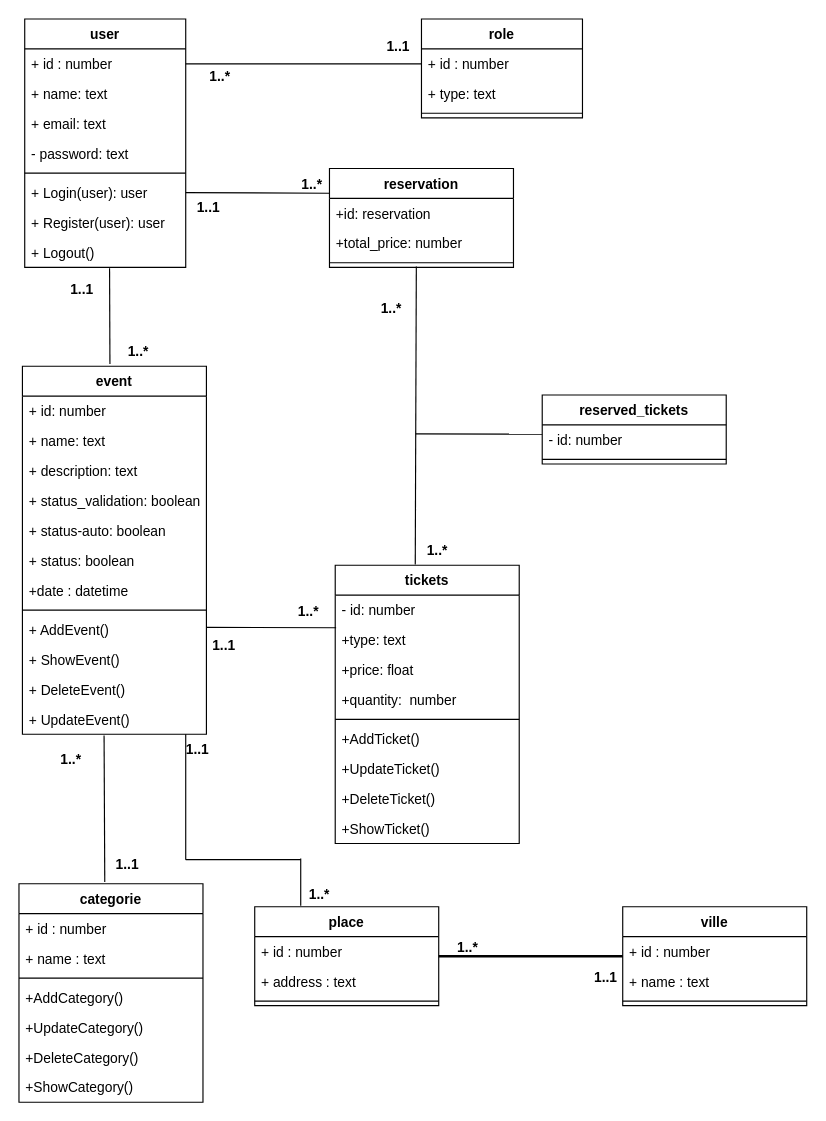
SalBouhamidi/Evento keeps this draw.io diagram as page "Class Diagram" (1 of 2) of Evento/uml/classdiagram.drawio. Above is the earlier version. Source tidied: cells renumbered, new cells numbered last; positions are measured from the earlier drawing's top-left corner, leaving out a move shared by most shapes. Both pictures are drawn from the tidied source at 115%, with x=0, y=0 at pixel (18, 18).
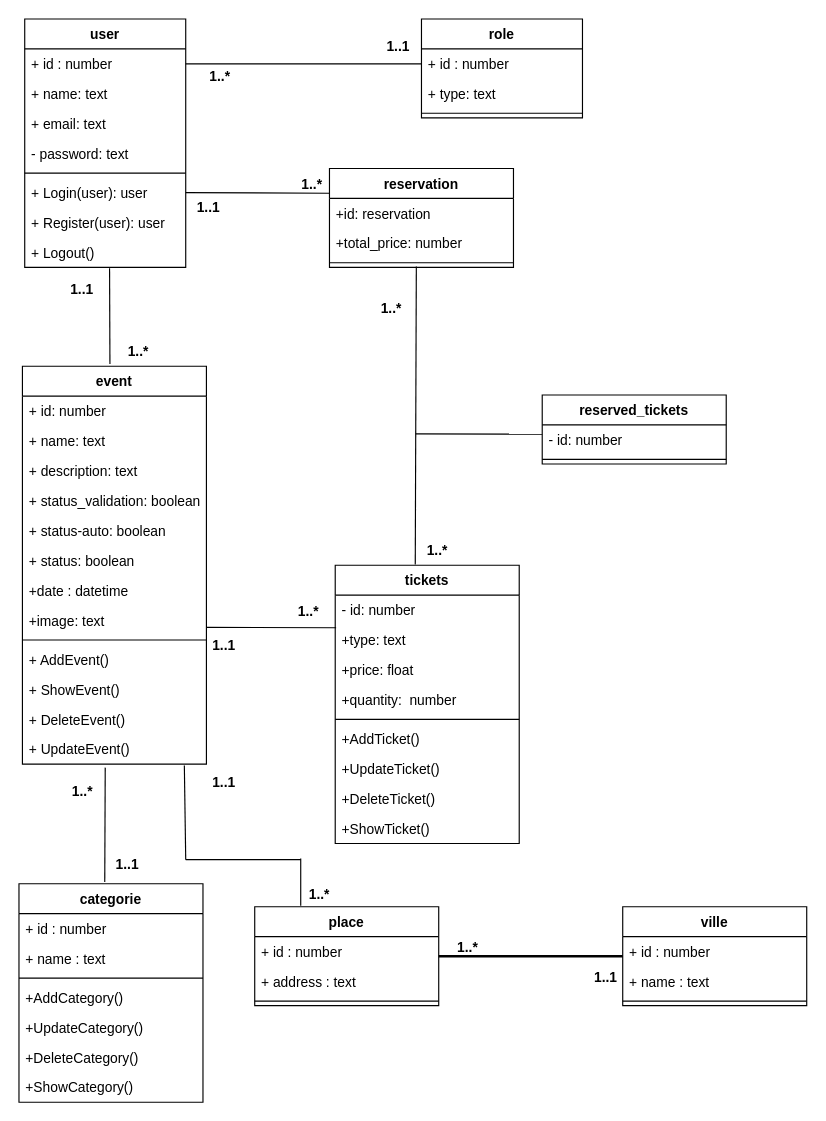
The same diagram, later.

The edit, as a diff of the source:
```diff
@@
     <mxCell id="15" value="event" style="swimlane;fontStyle=1;align=center;verticalAlign=top;horizontal=1;startSize=26;" parent="1" vertex="1">
-      <mxGeometry x="3" y="302" width="160" height="320" as="geometry" />
+      <mxGeometry x="3" y="302" width="160" height="346" as="geometry" />
     </mxCell>
@@
+    <mxCell id="88" value="+image: text" style="text;strokeColor=none;fillColor=none;align=left;verticalAlign=top;spacingLeft=4;spacingRight=4;overflow=hidden;" parent="15" vertex="1">
+      <mxGeometry y="208" width="160" height="26" as="geometry" />
+    </mxCell>
     <mxCell id="23" style="line;strokeWidth=1;fillColor=none;align=left;verticalAlign=middle;spacingTop=-1;spacingLeft=3;spacingRight=3;labelPosition=right;strokeColor=inherit;" parent="15" vertex="1">
-      <mxGeometry y="208" width="160" height="8" as="geometry" />
+      <mxGeometry y="234" width="160" height="8" as="geometry" />
     </mxCell>
     <mxCell id="24" value="+ AddEvent()" style="text;strokeColor=none;fillColor=none;align=left;verticalAlign=top;spacingLeft=4;spacingRight=4;overflow=hidden;" parent="15" vertex="1">
-      <mxGeometry y="216" width="160" height="26" as="geometry" />
+      <mxGeometry y="242" width="160" height="26" as="geometry" />
     </mxCell>
     <mxCell id="25" value="+ ShowEvent()" style="text;strokeColor=none;fillColor=none;align=left;verticalAlign=top;spacingLeft=4;spacingRight=4;overflow=hidden;" parent="15" vertex="1">
-      <mxGeometry y="242" width="160" height="26" as="geometry" />
+      <mxGeometry y="268" width="160" height="26" as="geometry" />
     </mxCell>
     <mxCell id="26" value="+ DeleteEvent()" style="text;strokeColor=none;fillColor=none;align=left;verticalAlign=top;spacingLeft=4;spacingRight=4;overflow=hidden;" parent="15" vertex="1">
-      <mxGeometry y="268" width="160" height="26" as="geometry" />
+      <mxGeometry y="294" width="160" height="26" as="geometry" />
     </mxCell>
     <mxCell id="27" value="+ UpdateEvent()" style="text;strokeColor=none;fillColor=none;align=left;verticalAlign=top;spacingLeft=4;spacingRight=4;overflow=hidden;points=[[0,0.5],[1,0.5]];portConstraint=eastwest;" parent="15" vertex="1">
-      <mxGeometry y="294" width="160" height="26" as="geometry" />
+      <mxGeometry y="320" width="160" height="26" as="geometry" />
     </mxCell>
@@
     <mxCell id="46" style="endArrow=none;html=1;exitX=0.466;exitY=-0.008;exitDx=0;exitDy=0;exitPerimeter=0;" parent="1" edge="1">
       <mxGeometry relative="1" as="geometry">
         <mxPoint x="74.6" y="750.5" as="sourcePoint" />
-        <mxPoint x="74" y="623" as="targetPoint" />
+        <mxPoint x="75" y="651" as="targetPoint" />
       </mxGeometry>
     </mxCell>
@@
-    <mxCell id="74" style="endArrow=none;html=1;" parent="1" edge="1">
+    <mxCell id="74" style="endArrow=none;html=1;entryX=0.88;entryY=1.043;entryDx=0;entryDy=0;entryPerimeter=0;" parent="1" edge="1" target="27">
       <mxGeometry relative="1" as="geometry">
         <mxPoint x="145" y="731" as="sourcePoint" />
-        <mxPoint x="145" y="622" as="targetPoint" />
       </mxGeometry>
     </mxCell>
@@
-    <mxCell id="77" value="1..*" style="text;align=center;fontStyle=1;verticalAlign=middle;spacingLeft=3;spacingRight=3;strokeColor=none;" parent="1" vertex="1">
-      <mxGeometry x="15" y="630" width="61" height="26" as="geometry" />
-    </mxCell>
@@
     <mxCell id="80" value="1..1" style="text;align=center;fontStyle=1;verticalAlign=middle;spacingLeft=3;spacingRight=3;strokeColor=none;" parent="1" vertex="1">
-      <mxGeometry x="125" y="622" width="61" height="26" as="geometry" />
+      <mxGeometry x="148" y="650" width="61" height="26" as="geometry" />
     </mxCell>
@@
+    <mxCell id="77" value="1..*" style="text;align=center;fontStyle=1;verticalAlign=middle;spacingLeft=3;spacingRight=3;strokeColor=none;" parent="1" vertex="1">
+      <mxGeometry x="25" y="658" width="61" height="26" as="geometry" />
+    </mxCell>
```
